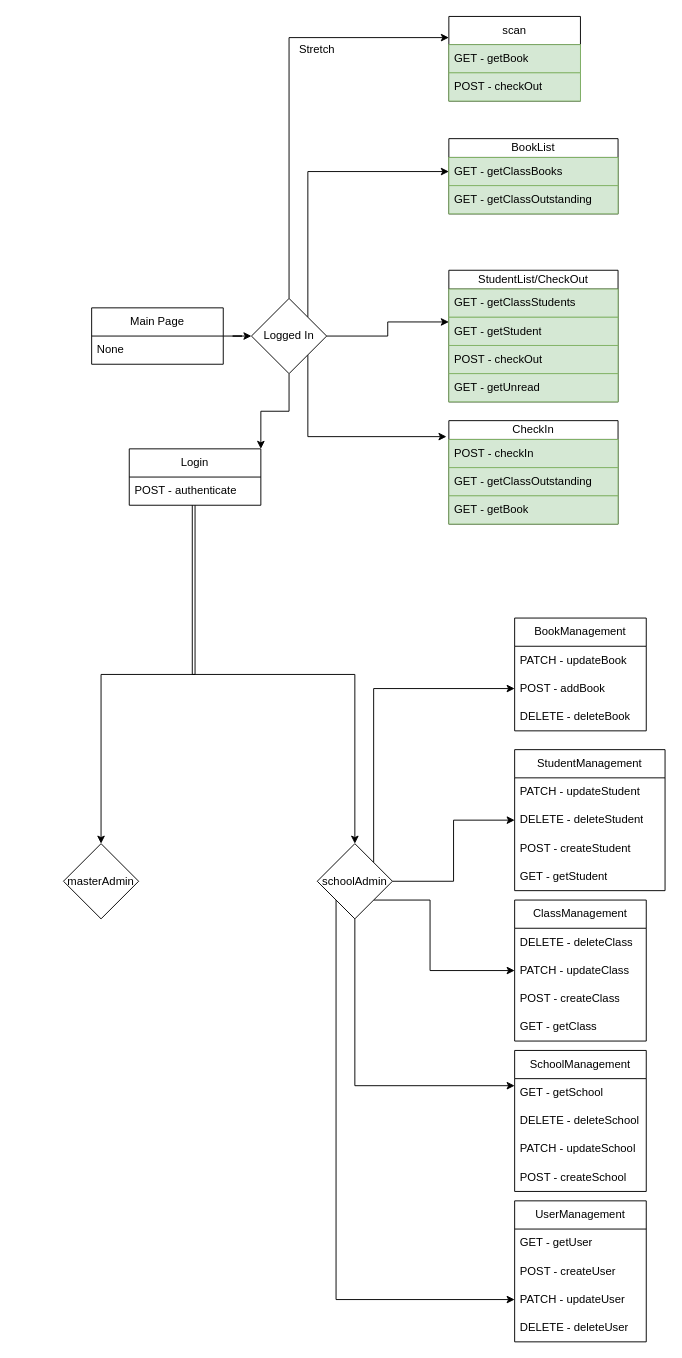
Before: capstone2/route_needs.drawio in pun-intended/Coursework-Projects, a draw.io diagram. Source tidied: cells renumbered, new cells numbered last; positions are measured from the earlier drawing's top-left corner, leaving out a move shared by most shapes. Both pictures are drawn from the tidied source at 94%, with x=0, y=0 at pixel (63, 16).
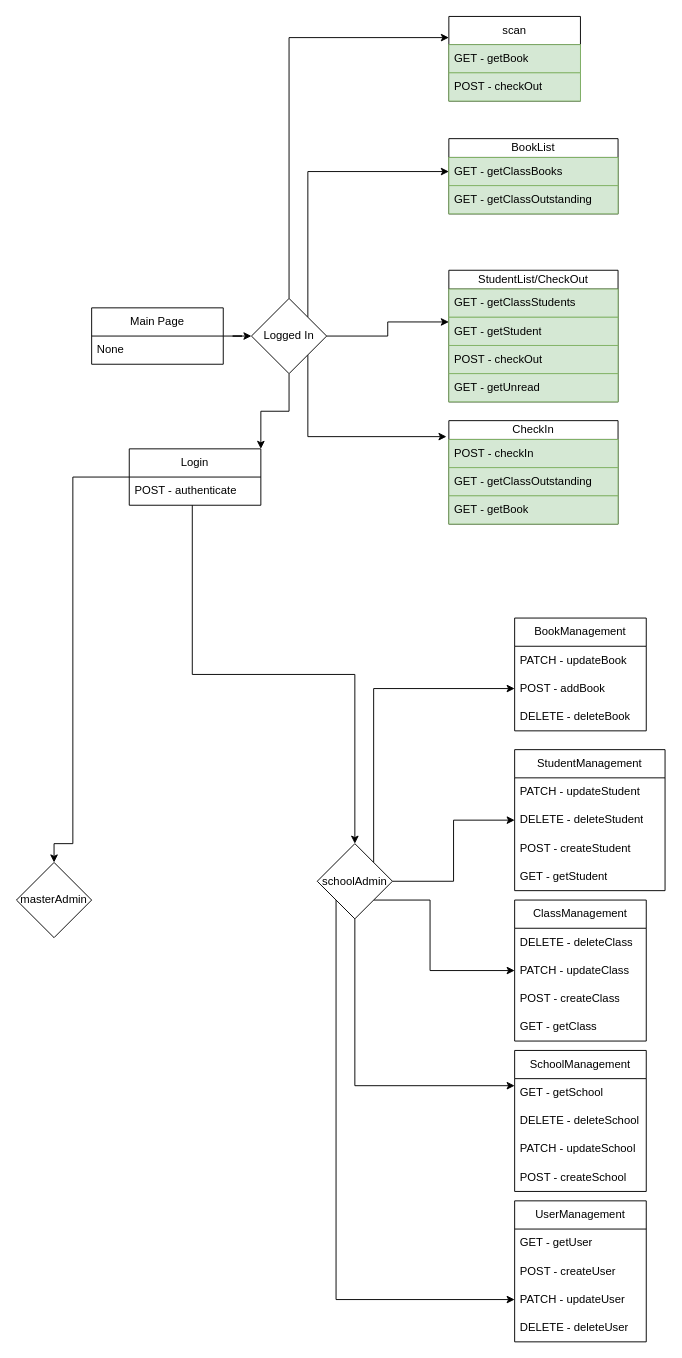
After the change.

The change refers to these unchanged cells:
```xml
<mxCell id="6" value="Login" style="swimlane;fontStyle=0;horizontal=1;startSize=30;whiteSpace=wrap;html=1;" parent="1" vertex="1">
  <mxGeometry x="70" y="460" width="140" height="60" as="geometry" />
</mxCell>
```

Diff of the diagram source:
```diff
@@
     <mxCell id="5" style="edgeStyle=orthogonalEdgeStyle;rounded=0;jettySize=auto;html=1;entryX=0.5;entryY=0;entryDx=0;entryDy=0;" parent="1" edge="1" source="6" target="61">
-      <mxGeometry relative="1" as="geometry" />
+      <mxGeometry relative="1" as="geometry">
+        <Array as="points">
+          <mxPoint x="10" y="490" />
+          <mxPoint x="10" y="880" />
+          <mxPoint x="-10" y="880" />
+        </Array>
+      </mxGeometry>
     </mxCell>
@@
-    <mxCell id="36" value="Stretch" style="text;html=1;strokeColor=none;fillColor=none;align=center;verticalAlign=middle;whiteSpace=wrap;rounded=0;" parent="1" vertex="1">
-      <mxGeometry x="240" y="20" width="60" height="30" as="geometry" />
-    </mxCell>
@@
     <mxCell id="61" value="masterAdmin" style="rhombus;whiteSpace=wrap;html=1;" parent="1" vertex="1">
-      <mxGeometry y="880" width="80" height="80" as="geometry" />
+      <mxGeometry x="-50" y="900" width="80" height="80" as="geometry" />
     </mxCell>
```
